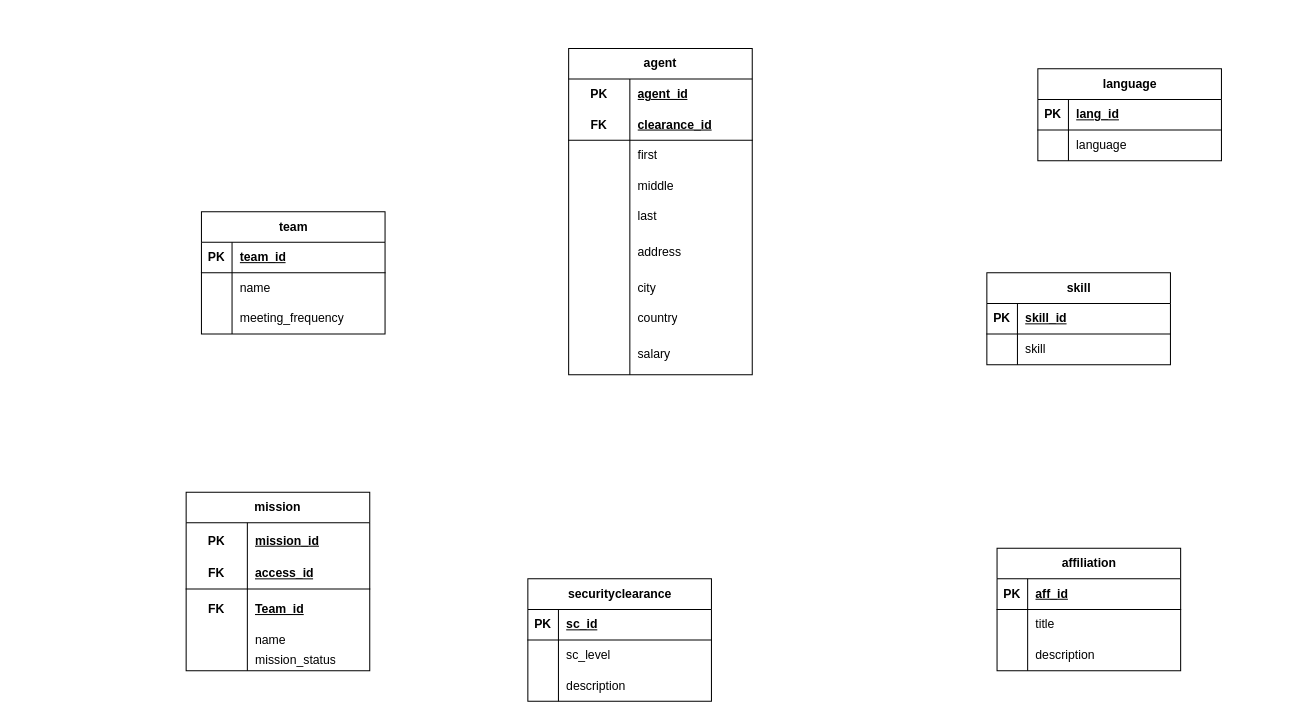
This is page "Page-6" (6 of 6) of Untitled Diagram.drawio from devanshkhandelwal/cs348, a draw.io file, before an edit. Source tidied: cells renumbered, new cells numbered last; positions are measured from the earlier drawing's top-left corner, leaving out a move shared by most shapes. Both pictures are drawn from the tidied source at 102%, with x=0, y=0 at pixel (186, 48).
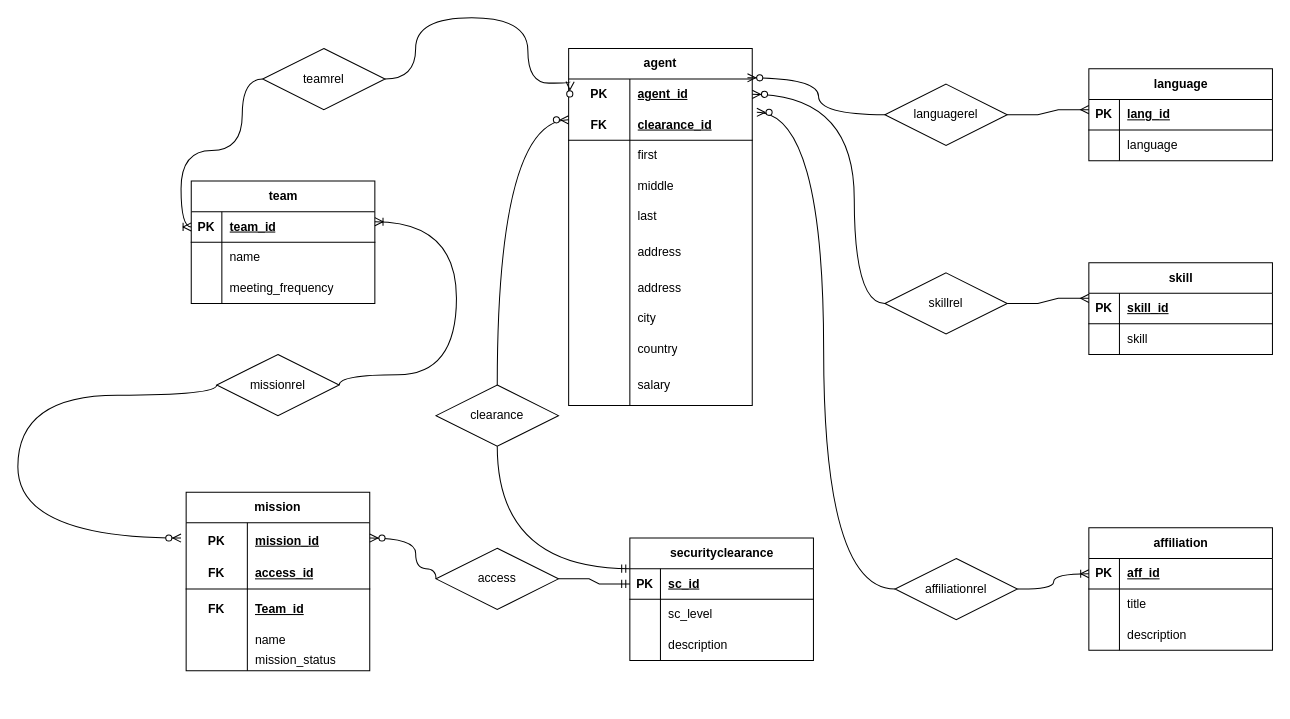
The same diagram, later.

The change refers to these unchanged cells:
```xml
<mxCell id="3" style="shape=tableRow;horizontal=0;startSize=0;swimlaneHead=0;swimlaneBody=0;fillColor=none;points=[[0,0.5],[1,0.5]];portConstraint=eastwest;top=0;left=0;right=0;bottom=1;" parent="2" vertex="1">
  <mxGeometry y="30" width="180" height="30" as="geometry" />
</mxCell>
<mxCell id="13" style="shape=tableRow;horizontal=0;startSize=0;swimlaneHead=0;swimlaneBody=0;fillColor=none;points=[[0,0.5],[1,0.5]];portConstraint=eastwest;top=0;left=0;right=0;bottom=0;html=1;" parent="12" vertex="1">
  <mxGeometry y="30" width="180" height="30" as="geometry" />
</mxCell>
<mxCell id="16" style="shape=tableRow;horizontal=0;startSize=0;swimlaneHead=0;swimlaneBody=0;fillColor=none;points=[[0,0.5],[1,0.5]];portConstraint=eastwest;top=0;left=0;right=0;bottom=1;html=1;" parent="12" vertex="1">
  <mxGeometry y="60" width="180" height="30" as="geometry" />
</mxCell>
<mxCell id="55" style="shape=tableRow;horizontal=0;startSize=0;swimlaneHead=0;swimlaneBody=0;fillColor=none;points=[[0,0.5],[1,0.5]];portConstraint=eastwest;top=0;left=0;right=0;bottom=1;" parent="54" vertex="1">
  <mxGeometry y="30" width="180" height="30" as="geometry" />
</mxCell>
<mxCell id="65" style="shape=tableRow;horizontal=0;startSize=0;swimlaneHead=0;swimlaneBody=0;fillColor=none;points=[[0,0.5],[1,0.5]];portConstraint=eastwest;top=0;left=0;right=0;bottom=1;" parent="64" vertex="1">
  <mxGeometry y="30" width="180" height="30" as="geometry" />
</mxCell>
```

The edit, as a diff of the source:
```diff
@@
     <mxCell id="2" value="team" style="shape=table;startSize=30;childLayout=tableLayout;rowLines=0;fontStyle=1;align=center;html=1;" parent="1" vertex="1">
-      <mxGeometry x="15" y="160" width="180" height="120" as="geometry" />
+      <mxGeometry x="5" y="130" width="180" height="120" as="geometry" />
     </mxCell>
@@
     <mxCell id="12" value="agent" style="shape=table;startSize=30;childLayout=tableLayout;rowLines=0;fontStyle=1;align=center;html=1;whiteSpace=wrap;" parent="1" vertex="1">
-      <mxGeometry x="375" width="180" height="320" as="geometry" />
+      <mxGeometry x="375" width="180" height="350" as="geometry" />
     </mxCell>
@@
+    <mxCell id="90" style="shape=tableRow;horizontal=0;startSize=0;swimlaneHead=0;swimlaneBody=0;fillColor=none;top=0;left=0;right=0;bottom=0;html=1;" parent="12" vertex="1">
+      <mxGeometry y="180" width="180" height="40" as="geometry" />
+    </mxCell>
+    <mxCell id="91" style="shape=partialRectangle;fillColor=none;top=0;left=0;bottom=0;right=0;overflow=hidden;html=1;whiteSpace=wrap;" parent="90" vertex="1">
+      <mxGeometry width="60" height="40" as="geometry" />
+    </mxCell>
+    <mxCell id="92" value="address" style="shape=partialRectangle;fillColor=none;top=0;left=0;bottom=0;right=0;align=left;spacingLeft=6;overflow=hidden;html=1;whiteSpace=wrap;" parent="90" vertex="1">
+      <mxGeometry x="60" width="120" height="40" as="geometry" />
+    </mxCell>
     <mxCell id="28" style="shape=tableRow;horizontal=0;startSize=0;swimlaneHead=0;swimlaneBody=0;fillColor=none;top=0;left=0;right=0;bottom=0;html=1;" parent="12" vertex="1">
-      <mxGeometry y="180" width="180" height="40" as="geometry" />
+      <mxGeometry y="220" width="180" height="30" as="geometry" />
     </mxCell>
     <mxCell id="29" style="shape=partialRectangle;fillColor=none;top=0;left=0;bottom=0;right=0;overflow=hidden;html=1;whiteSpace=wrap;" parent="28" vertex="1">
-      <mxGeometry width="60" height="40" as="geometry" />
+      <mxGeometry width="60" height="30" as="geometry" />
     </mxCell>
     <mxCell id="30" value="address" style="shape=partialRectangle;fillColor=none;top=0;left=0;bottom=0;right=0;align=left;spacingLeft=6;overflow=hidden;html=1;whiteSpace=wrap;" parent="28" vertex="1">
-      <mxGeometry x="60" width="120" height="40" as="geometry" />
+      <mxGeometry x="60" width="120" height="30" as="geometry" />
     </mxCell>
     <mxCell id="31" style="shape=tableRow;horizontal=0;startSize=0;swimlaneHead=0;swimlaneBody=0;fillColor=none;top=0;left=0;right=0;bottom=0;html=1;" parent="12" vertex="1">
-      <mxGeometry y="220" width="180" height="30" as="geometry" />
+      <mxGeometry y="250" width="180" height="30" as="geometry" />
     </mxCell>
@@
     <mxCell id="34" style="shape=tableRow;horizontal=0;startSize=0;swimlaneHead=0;swimlaneBody=0;fillColor=none;top=0;left=0;right=0;bottom=0;html=1;" parent="12" vertex="1">
-      <mxGeometry y="250" width="180" height="30" as="geometry" />
+      <mxGeometry y="280" width="180" height="30" as="geometry" />
     </mxCell>
@@
     <mxCell id="37" style="shape=tableRow;horizontal=0;startSize=0;swimlaneHead=0;swimlaneBody=0;fillColor=none;top=0;left=0;right=0;bottom=0;html=1;" parent="12" vertex="1">
-      <mxGeometry y="280" width="180" height="40" as="geometry" />
+      <mxGeometry y="310" width="180" height="40" as="geometry" />
     </mxCell>
@@
     <mxCell id="40" value="language" style="shape=table;startSize=30;childLayout=tableLayout;rowLines=0;fontStyle=1;align=center;html=1;" parent="1" vertex="1">
-      <mxGeometry x="835" y="20" width="180" height="90" as="geometry" />
+      <mxGeometry x="885" y="20" width="180" height="90" as="geometry" />
     </mxCell>
@@
     <mxCell id="47" value="skill" style="shape=table;startSize=30;childLayout=tableLayout;rowLines=0;fontStyle=1;align=center;html=1;" parent="1" vertex="1">
-      <mxGeometry x="785" y="220" width="180" height="90" as="geometry" />
+      <mxGeometry x="885" y="210" width="180" height="90" as="geometry" />
     </mxCell>
@@
     <mxCell id="54" value="affiliation" style="shape=table;startSize=30;childLayout=tableLayout;rowLines=0;fontStyle=1;align=center;html=1;" parent="1" vertex="1">
-      <mxGeometry x="795" y="490" width="180" height="120" as="geometry" />
+      <mxGeometry x="885" y="470" width="180" height="120" as="geometry" />
     </mxCell>
@@
     <mxCell id="64" value="securityclearance" style="shape=table;startSize=30;childLayout=tableLayout;rowLines=0;fontStyle=1;align=center;html=1;" parent="1" vertex="1">
-      <mxGeometry x="335" y="520" width="180" height="120" as="geometry" />
+      <mxGeometry x="435" y="480" width="180" height="120" as="geometry" />
     </mxCell>
@@
+    <mxCell id="93" value="teamrel" style="shape=rhombus;perimeter=rhombusPerimeter;whiteSpace=wrap;html=1;align=center;" parent="1" vertex="1">
+      <mxGeometry x="75" width="120" height="60" as="geometry" />
+    </mxCell>
+    <mxCell id="94" style="edgeStyle=orthogonalEdgeStyle;fontSize=12;html=1;endArrow=ERoneToMany;rounded=0;curved=1;exitX=0;exitY=0.5;exitDx=0;exitDy=0;entryX=0;entryY=0.5;entryDx=0;entryDy=0;" parent="1" edge="1" source="93" target="3">
+      <mxGeometry relative="1" as="geometry">
+        <Array as="points">
+          <mxPoint x="55" y="30" />
+          <mxPoint x="55" y="100" />
+          <mxPoint x="-5" y="100" />
+          <mxPoint x="-5" y="175" />
+        </Array>
+      </mxGeometry>
+    </mxCell>
+    <mxCell id="95" value="missionrel" style="shape=rhombus;perimeter=rhombusPerimeter;whiteSpace=wrap;html=1;align=center;" parent="1" vertex="1">
+      <mxGeometry x="30" y="300" width="120" height="60" as="geometry" />
+    </mxCell>
+    <mxCell id="96" style="edgeStyle=orthogonalEdgeStyle;fontSize=12;html=1;endArrow=ERoneToMany;rounded=0;curved=1;" parent="1" edge="1">
+      <mxGeometry relative="1" as="geometry">
+        <mxPoint x="150" y="330" as="sourcePoint" />
+        <mxPoint x="185" y="169.9" as="targetPoint" />
+        <Array as="points">
+          <mxPoint x="265" y="319.9" />
+          <mxPoint x="265" y="169.9" />
+        </Array>
+      </mxGeometry>
+    </mxCell>
+    <mxCell id="97" value="access" style="shape=rhombus;perimeter=rhombusPerimeter;whiteSpace=wrap;html=1;align=center;" parent="1" vertex="1">
+      <mxGeometry x="245" y="490" width="120" height="60" as="geometry" />
+    </mxCell>
+    <mxCell id="98" value="clearance" style="shape=rhombus;perimeter=rhombusPerimeter;whiteSpace=wrap;html=1;align=center;" parent="1" vertex="1">
+      <mxGeometry x="245" y="330" width="120" height="60" as="geometry" />
+    </mxCell>
+    <mxCell id="99" style="edgeStyle=orthogonalEdgeStyle;fontSize=12;html=1;endArrow=ERmandOne;rounded=0;curved=1;entryX=0;entryY=0.25;entryDx=0;entryDy=0;exitX=0.5;exitY=1;exitDx=0;exitDy=0;" parent="1" edge="1" source="98" target="64">
+      <mxGeometry relative="1" as="geometry" />
+    </mxCell>
+    <mxCell id="100" value="languagerel" style="shape=rhombus;perimeter=rhombusPerimeter;whiteSpace=wrap;html=1;align=center;" parent="1" vertex="1">
+      <mxGeometry x="685" y="35" width="120" height="60" as="geometry" />
+    </mxCell>
+    <mxCell id="101" value="skillrel" style="shape=rhombus;perimeter=rhombusPerimeter;whiteSpace=wrap;html=1;align=center;" parent="1" vertex="1">
+      <mxGeometry x="685" y="220" width="120" height="60" as="geometry" />
+    </mxCell>
+    <mxCell id="102" value="affiliationrel" style="shape=rhombus;perimeter=rhombusPerimeter;whiteSpace=wrap;html=1;align=center;" parent="1" vertex="1">
+      <mxGeometry x="695" y="500" width="120" height="60" as="geometry" />
+    </mxCell>
+    <mxCell id="103" style="edgeStyle=orthogonalEdgeStyle;fontSize=12;html=1;endArrow=ERzeroToMany;endFill=1;rounded=0;curved=1;exitX=0;exitY=0.5;exitDx=0;exitDy=0;entryX=0.974;entryY=-0.041;entryDx=0;entryDy=0;entryPerimeter=0;" parent="1" edge="1" source="100" target="13">
+      <mxGeometry relative="1" as="geometry" />
+    </mxCell>
+    <mxCell id="104" style="edgeStyle=entityRelationEdgeStyle;fontSize=12;html=1;endArrow=ERmany;rounded=0;exitX=1;exitY=0.5;exitDx=0;exitDy=0;" parent="1" edge="1" source="100">
+      <mxGeometry relative="1" as="geometry">
+        <mxPoint x="885" y="60" as="targetPoint" />
+      </mxGeometry>
+    </mxCell>
+    <mxCell id="105" style="edgeStyle=orthogonalEdgeStyle;fontSize=12;html=1;endArrow=ERzeroToMany;endFill=1;rounded=0;exitX=0;exitY=0.5;exitDx=0;exitDy=0;curved=1;entryX=1;entryY=0.5;entryDx=0;entryDy=0;" parent="1" edge="1" source="101" target="13">
+      <mxGeometry relative="1" as="geometry">
+        <Array as="points">
+          <mxPoint x="655" y="250" />
+          <mxPoint x="655" y="45" />
+        </Array>
+      </mxGeometry>
+    </mxCell>
+    <mxCell id="106" style="edgeStyle=entityRelationEdgeStyle;fontSize=12;html=1;endArrow=ERmany;rounded=0;exitX=1;exitY=0.5;exitDx=0;exitDy=0;" parent="1" edge="1">
+      <mxGeometry relative="1" as="geometry">
+        <mxPoint x="805" y="250" as="sourcePoint" />
+        <mxPoint x="885" y="245" as="targetPoint" />
+        <Array as="points">
+          <mxPoint x="835" y="295" />
+          <mxPoint x="835" y="275" />
+        </Array>
+      </mxGeometry>
+    </mxCell>
+    <mxCell id="107" style="edgeStyle=orthogonalEdgeStyle;fontSize=12;html=1;endArrow=ERzeroToMany;endFill=1;rounded=0;entryX=1.025;entryY=0.087;entryDx=0;entryDy=0;entryPerimeter=0;curved=1;exitX=0;exitY=0.5;exitDx=0;exitDy=0;" parent="1" edge="1" source="102" target="16">
+      <mxGeometry relative="1" as="geometry" />
+    </mxCell>
+    <mxCell id="108" style="edgeStyle=orthogonalEdgeStyle;fontSize=12;html=1;endArrow=ERoneToMany;rounded=0;curved=1;entryX=0;entryY=0.5;entryDx=0;entryDy=0;" parent="1" edge="1" target="55">
+      <mxGeometry relative="1" as="geometry">
+        <mxPoint x="815" y="530" as="sourcePoint" />
+      </mxGeometry>
+    </mxCell>
+    <mxCell id="109" style="edgeStyle=orthogonalEdgeStyle;fontSize=12;html=1;endArrow=ERzeroToMany;endFill=1;rounded=0;curved=1;entryX=0.008;entryY=0.093;entryDx=0;entryDy=0;entryPerimeter=0;" parent="1" edge="1" target="12">
+      <mxGeometry relative="1" as="geometry">
+        <mxPoint x="195" y="30" as="sourcePoint" />
+        <Array as="points">
+          <mxPoint x="225" y="30" />
+          <mxPoint x="225" y="-30" />
+          <mxPoint x="335" y="-30" />
+          <mxPoint x="335" y="34" />
+        </Array>
+      </mxGeometry>
+    </mxCell>
+    <mxCell id="110" style="edgeStyle=orthogonalEdgeStyle;fontSize=12;html=1;endArrow=ERzeroToMany;endFill=1;rounded=0;curved=1;exitX=0.5;exitY=0;exitDx=0;exitDy=0;" parent="1" edge="1" source="98">
+      <mxGeometry relative="1" as="geometry">
+        <mxPoint x="375" y="70" as="targetPoint" />
+        <Array as="points">
+          <mxPoint x="305" y="70" />
+        </Array>
+      </mxGeometry>
+    </mxCell>
+    <mxCell id="111" style="edgeStyle=orthogonalEdgeStyle;fontSize=12;html=1;endArrow=ERzeroToMany;endFill=1;rounded=0;curved=1;exitX=0;exitY=0.5;exitDx=0;exitDy=0;" parent="1" edge="1" source="97">
+      <mxGeometry relative="1" as="geometry">
+        <mxPoint x="180" y="480" as="targetPoint" />
+        <Array as="points">
+          <mxPoint x="245" y="510" />
+          <mxPoint x="225" y="510" />
+          <mxPoint x="225" y="480" />
+        </Array>
+      </mxGeometry>
+    </mxCell>
+    <mxCell id="112" style="edgeStyle=entityRelationEdgeStyle;fontSize=12;html=1;endArrow=ERmandOne;rounded=0;entryX=0;entryY=0.5;entryDx=0;entryDy=0;" parent="1" edge="1" target="65">
+      <mxGeometry relative="1" as="geometry">
+        <mxPoint x="365" y="520" as="sourcePoint" />
+      </mxGeometry>
+    </mxCell>
+    <mxCell id="113" style="edgeStyle=orthogonalEdgeStyle;fontSize=12;html=1;endArrow=ERzeroToMany;endFill=1;rounded=0;flowAnimation=0;curved=1;exitX=0;exitY=0.5;exitDx=0;exitDy=0;" parent="1" edge="1" source="95">
+      <mxGeometry relative="1" as="geometry">
+        <mxPoint x="-5" y="480" as="targetPoint" />
+        <Array as="points">
+          <mxPoint x="30" y="340" />
+          <mxPoint x="-165" y="340" />
+          <mxPoint x="-165" y="480" />
+        </Array>
+      </mxGeometry>
+    </mxCell>
```
